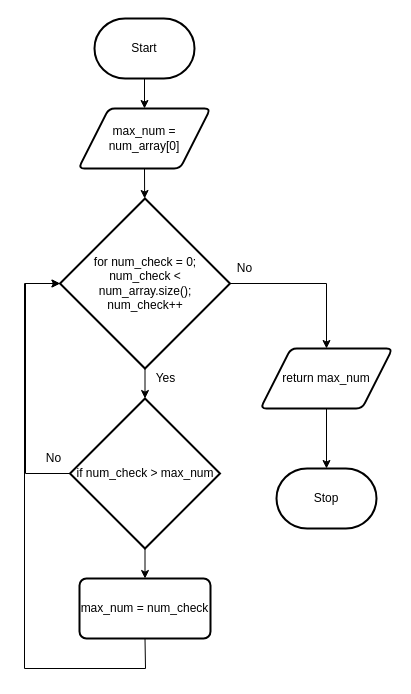
The draw.io diagram drawio/flowchart.drawio in Aidan-Lalonde-Novales/ICS3U-Unit6-02-Python, before the edit. Source tidied: cells renumbered, new cells numbered last; positions are measured from the earlier drawing's top-left corner, leaving out a move shared by most shapes. Both pictures are drawn from the tidied source at 100%, with x=0, y=0 at pixel (24, 18).
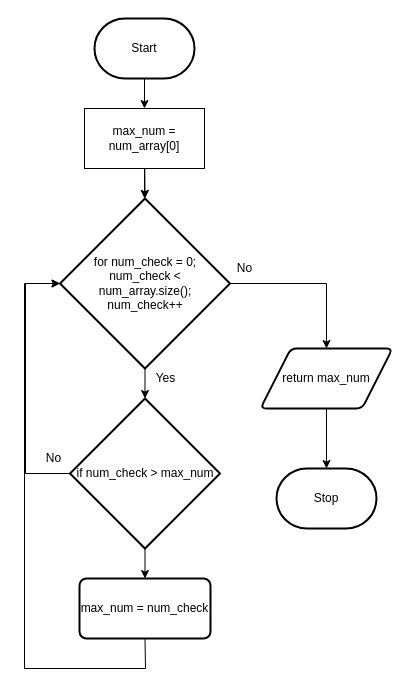
After the change.

Unchanged cells that the change refers to:
```xml
<mxCell id="7" value="for num_check = 0; &lt;br&gt;num_check &amp;lt; &lt;br&gt;num_array.size(); num_check++" style="strokeWidth=2;html=1;shape=mxgraph.flowchart.decision;whiteSpace=wrap;" parent="1" vertex="1">
  <mxGeometry x="35.5" y="180" width="170" height="170" as="geometry" />
</mxCell>
```

What changed in the source:
```diff
@@
-    <mxCell id="10" style="edgeStyle=none;html=1;exitX=0.5;exitY=1;exitDx=0;exitDy=0;" parent="1" edge="1" source="11" target="7">
-      <mxGeometry relative="1" as="geometry" />
+    <mxCell id="10" style="edgeStyle=none;html=1;exitX=0.5;exitY=1;exitDx=0;exitDy=0;" parent="1" edge="1" target="7">
+      <mxGeometry relative="1" as="geometry">
+        <mxPoint x="120" y="150" as="sourcePoint" />
+      </mxGeometry>
     </mxCell>
-    <mxCell id="11" value="max_num = num_array[0]" style="shape=parallelogram;html=1;strokeWidth=2;perimeter=parallelogramPerimeter;whiteSpace=wrap;rounded=1;arcSize=12;size=0.23;" parent="1" vertex="1">
-      <mxGeometry x="54" y="90" width="132" height="60" as="geometry" />
-    </mxCell>
@@
+    <mxCell id="20" style="edgeStyle=none;html=1;entryX=0.5;entryY=0;entryDx=0;entryDy=0;entryPerimeter=0;" parent="1" edge="1" source="11" target="7">
+      <mxGeometry relative="1" as="geometry" />
+    </mxCell>
+    <mxCell id="11" value="&lt;span&gt;max_num = num_array[0]&lt;/span&gt;" style="rounded=0;whiteSpace=wrap;html=1;" parent="1" vertex="1">
+      <mxGeometry x="60" y="90" width="120" height="60" as="geometry" />
+    </mxCell>
```
